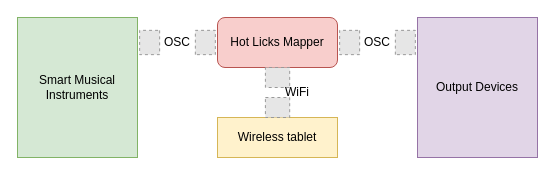
Earlier version of the draw.io diagram mapper_block.drawio (ns2max/drawio_figures). Source tidied: cells renumbered, new cells numbered last; positions are measured from the earlier drawing's top-left corner, leaving out a move shared by most shapes. Both pictures are drawn from the tidied source at 100%, with x=0, y=0 at pixel (17, 17). Pictures stored in the file or linked from it are replaced by grey dashed boxes.
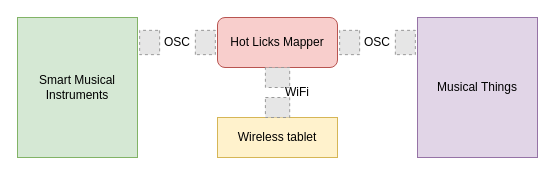
After the change.

What changed in the source:
```diff
@@
 <mxGraphModel>
   <root>
     <mxCell id="0" />
     <mxCell id="1" parent="0" />
     <mxCell id="2" value="Smart Musical Instruments" style="rounded=0;whiteSpace=wrap;html=1;fillColor=#d5e8d4;strokeColor=#82b366;" parent="1" vertex="1">
       <mxGeometry width="120" height="140" as="geometry" />
     </mxCell>
     <mxCell id="3" value="Hot Licks Mapper" style="rounded=1;whiteSpace=wrap;html=1;fillColor=#f8cecc;strokeColor=#b85450;" parent="1" vertex="1">
       <mxGeometry x="200" width="120" height="50" as="geometry" />
     </mxCell>
-    <mxCell id="4" value="Output Devices" style="rounded=0;whiteSpace=wrap;html=1;fillColor=#e1d5e7;strokeColor=#9673a6;" parent="1" vertex="1">
+    <mxCell id="4" value="Musical Things" style="rounded=0;whiteSpace=wrap;html=1;fillColor=#e1d5e7;strokeColor=#9673a6;" parent="1" vertex="1">
       <mxGeometry x="400" width="120" height="140" as="geometry" />
     </mxCell>
     <mxCell id="5" style="fillColor=#E6E6E6;strokeColor=#999999;dashed=1;verticalLabelPosition=bottom;labelBackgroundColor=default;verticalAlign=top;rotation=-90;" parent="1" vertex="1">
       <mxGeometry x="175.7" y="15" width="24.3" height="20" as="geometry" />
     </mxCell>
     <mxCell id="6" style="fillColor=#E6E6E6;strokeColor=#999999;dashed=1;verticalLabelPosition=bottom;labelBackgroundColor=default;verticalAlign=top;rotation=-90;" parent="1" vertex="1">
       <mxGeometry x="375.7" y="15" width="24.3" height="20" as="geometry" />
     </mxCell>
     <mxCell id="7" style="fillColor=#E6E6E6;strokeColor=#999999;dashed=1;verticalLabelPosition=bottom;labelBackgroundColor=default;verticalAlign=top;rotation=90;" parent="1" vertex="1">
       <mxGeometry x="120" y="15" width="24.3" height="20" as="geometry" />
     </mxCell>
     <mxCell id="8" style="fillColor=#E6E6E6;strokeColor=#999999;dashed=1;verticalLabelPosition=bottom;labelBackgroundColor=default;verticalAlign=top;rotation=90;" parent="1" vertex="1">
       <mxGeometry x="320" y="15" width="24.3" height="20" as="geometry" />
     </mxCell>
     <mxCell id="9" value="Wireless tablet" style="rounded=0;whiteSpace=wrap;html=1;fillColor=#fff2cc;strokeColor=#d6b656;" parent="1" vertex="1">
       <mxGeometry x="200" y="100" width="120" height="40" as="geometry" />
     </mxCell>
     <mxCell id="10" style="fillColor=#E6E6E6;strokeColor=#999999;dashed=1;verticalLabelPosition=bottom;labelBackgroundColor=default;verticalAlign=top;rotation=-180;" parent="1" vertex="1">
       <mxGeometry x="247.9" y="50" width="24.3" height="20" as="geometry" />
     </mxCell>
     <mxCell id="11" style="fillColor=#E6E6E6;strokeColor=#999999;dashed=1;verticalLabelPosition=bottom;labelBackgroundColor=default;verticalAlign=top;rotation=0;" parent="1" vertex="1">
       <mxGeometry x="247.9" y="80" width="24.3" height="20" as="geometry" />
     </mxCell>
     <mxCell id="12" value="OSC" style="text;html=1;align=center;verticalAlign=middle;whiteSpace=wrap;rounded=0;" parent="1" vertex="1">
       <mxGeometry x="130" y="10" width="60" height="30" as="geometry" />
     </mxCell>
     <mxCell id="13" value="OSC" style="text;html=1;align=center;verticalAlign=middle;whiteSpace=wrap;rounded=0;" parent="1" vertex="1">
       <mxGeometry x="330" y="10" width="60" height="30" as="geometry" />
     </mxCell>
     <mxCell id="14" value="WiFi" style="text;html=1;align=center;verticalAlign=middle;whiteSpace=wrap;rounded=0;" parent="1" vertex="1">
       <mxGeometry x="250" y="60" width="60" height="30" as="geometry" />
     </mxCell>
   </root>
 </mxGraphModel>
```
